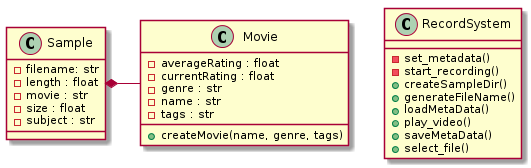
This is designDocs/report/img/class1.png from z80lives/affective-movie-evaluator, a PlantUML export, as it was before one commit.
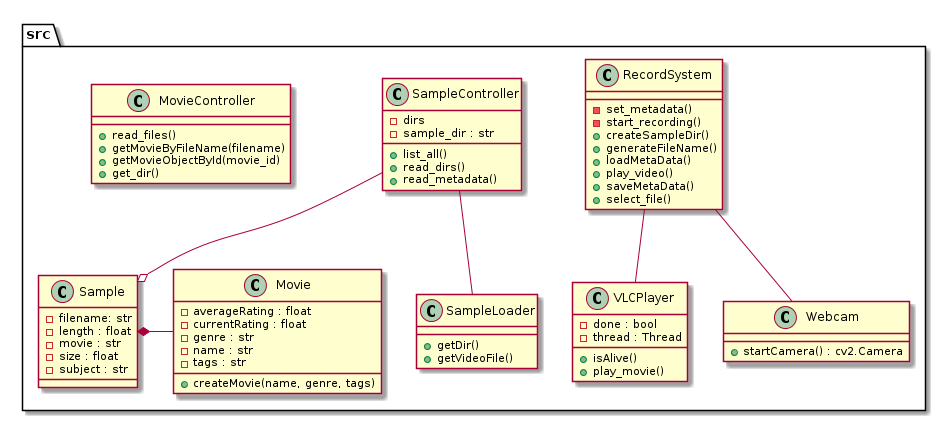
After the change.

What changed in the source:
```diff
@@ -1,4 +1,6 @@
 @startuml
+
+package src{
 class Movie{
  - averageRating : float
  - currentRating : float
@@ -17,6 +19,9 @@
  - subject : str
 }
 
+
+RecordSystem -- VLCPlayer
+RecordSystem -- Webcam
 class RecordSystem{
   - set_metadata()
   - start_recording()
@@ -27,4 +32,40 @@
   + saveMetaData()
   + select_file()
 }
+
+class SampleLoader{
+ + getDir()
+ + getVideoFile()
+}
+
+SampleController --o Sample
+SampleController -- SampleLoader
+class SampleController{
+ - dirs
+ - sample_dir : str
+ + list_all()
+ + read_dirs()
+ + read_metadata()
+}
+
+class MovieController{
+  + read_files()
+  + getMovieByFileName(filename)
+  + getMovieObjectById(movie_id)
+  + get_dir()
+}
+
+class VLCPlayer{
+ - done : bool
+ - thread : Thread
+ + isAlive()
+ + play_movie()
+}
+
+class Webcam{
+ + startCamera() : cv2.Camera
+}
+
+}
+
 @enduml
```
